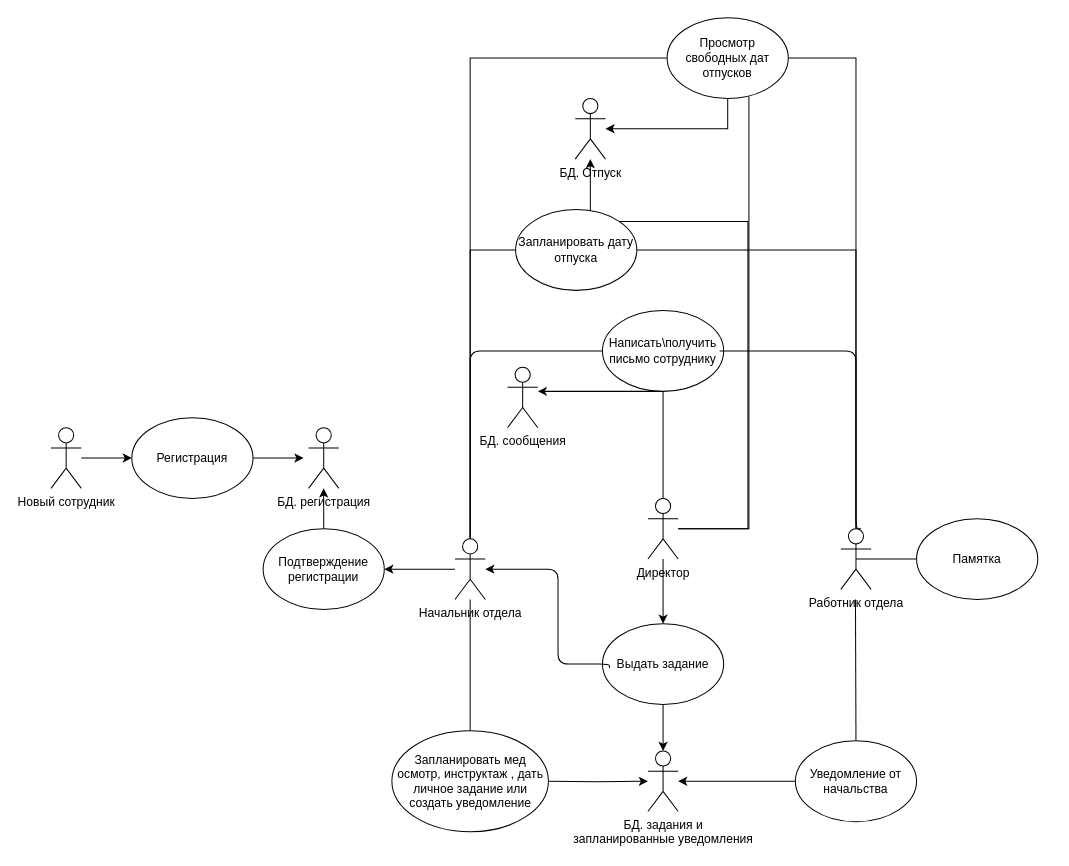
The draw.io diagram CaseDiagram.drawio in grigigo/Tankists, before the edit. Source tidied: cells renumbered, new cells numbered last; positions are measured from the earlier drawing's top-left corner, leaving out a move shared by most shapes. Both pictures are drawn from the tidied source at 101%, with x=0, y=0 at pixel (50, 17).
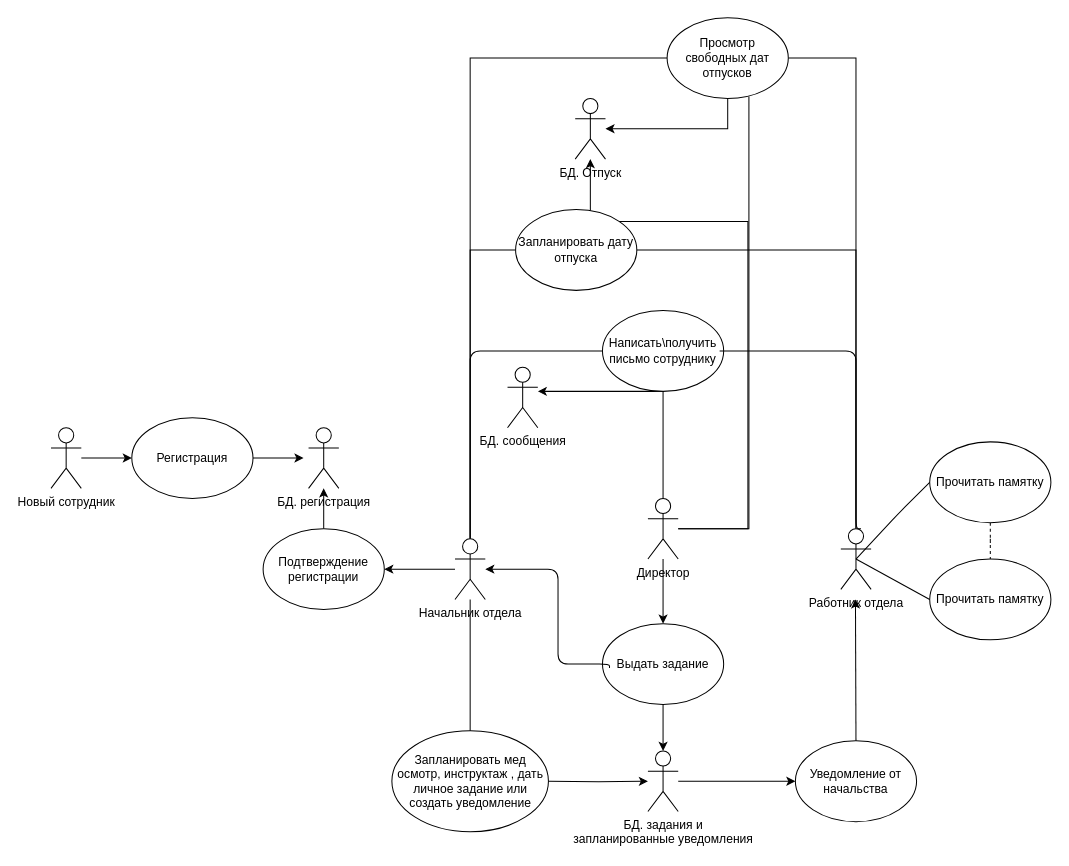
Above is the later version.

Unchanged cells that the change refers to:
```xml
<mxCell id="20" value="Уведомление от начальства" style="ellipse;whiteSpace=wrap;html=1;" parent="1" vertex="1">
  <mxGeometry x="737" y="716" width="120" height="80" as="geometry" />
</mxCell>
<mxCell id="23" value="Работник отдела" style="shape=umlActor;verticalLabelPosition=bottom;verticalAlign=top;html=1;outlineConnect=0;" parent="1" vertex="1">
  <mxGeometry x="782" y="506" width="30" height="60" as="geometry" />
</mxCell>
<mxCell id="29" value="БД. задания и &lt;br&gt;запланированные уведомления" style="shape=umlActor;verticalLabelPosition=bottom;verticalAlign=top;html=1;outlineConnect=0;" parent="1" vertex="1">
  <mxGeometry x="591" y="726" width="30" height="60" as="geometry" />
</mxCell>
```

What changed in the source:
```diff
@@
-    <mxCell id="27" style="edgeStyle=orthogonalEdgeStyle;rounded=0;jettySize=auto;html=1;exitX=0;exitY=0.5;exitDx=0;exitDy=0;" parent="1" edge="1" source="20" target="29">
+    <mxCell id="27" style="edgeStyle=orthogonalEdgeStyle;rounded=0;jettySize=auto;html=1;exitX=0;exitY=0.5;exitDx=0;exitDy=0;startArrow=classic;startFill=1;endArrow=none;endFill=0;" parent="1" edge="1" source="20" target="29">
       <mxGeometry relative="1" as="geometry" />
     </mxCell>
@@
-    <mxCell id="31" style="endArrow=none;html=1;strokeColor=#000000;entryX=0.5;entryY=0;entryDx=0;entryDy=0;" parent="1" edge="1" target="20">
+    <mxCell id="31" style="endArrow=none;html=1;strokeColor=#000000;entryX=0.5;entryY=0;entryDx=0;entryDy=0;endFill=0;startArrow=classic;startFill=1;" parent="1" edge="1" target="20">
       <mxGeometry relative="1" as="geometry">
         <mxPoint x="796.5" y="576" as="sourcePoint" />
       </mxGeometry>
     </mxCell>
@@
-    <mxCell id="40" value="Памятка" style="ellipse;whiteSpace=wrap;html=1;" parent="1" vertex="1">
-      <mxGeometry x="857" y="496" width="120" height="80" as="geometry" />
+    <mxCell id="40" value="Прочитать памятку" style="ellipse;whiteSpace=wrap;html=1;" parent="1" vertex="1">
+      <mxGeometry x="870" y="536" width="120" height="80" as="geometry" />
     </mxCell>
@@
+    <mxCell id="43" style="edgeStyle=orthogonalEdgeStyle;rounded=0;jettySize=auto;html=1;entryX=0.5;entryY=0;entryDx=0;entryDy=0;startArrow=none;startFill=0;endArrow=none;endFill=0;dashed=1;" parent="1" edge="1" source="44" target="40">
+      <mxGeometry relative="1" as="geometry" />
+    </mxCell>
+    <mxCell id="44" value="Прочитать памятку" style="ellipse;whiteSpace=wrap;html=1;" parent="1" vertex="1">
+      <mxGeometry x="870" y="420" width="120" height="80" as="geometry" />
+    </mxCell>
+    <mxCell id="45" style="endArrow=none;html=1;strokeColor=#000000;entryX=0;entryY=0.5;entryDx=0;entryDy=0;exitX=0.5;exitY=0.5;exitDx=0;exitDy=0;exitPerimeter=0;" parent="1" edge="1" source="23" target="44">
+      <mxGeometry relative="1" as="geometry">
+        <Array as="points">
+          <mxPoint x="840" y="490" />
+        </Array>
+      </mxGeometry>
+    </mxCell>
```
